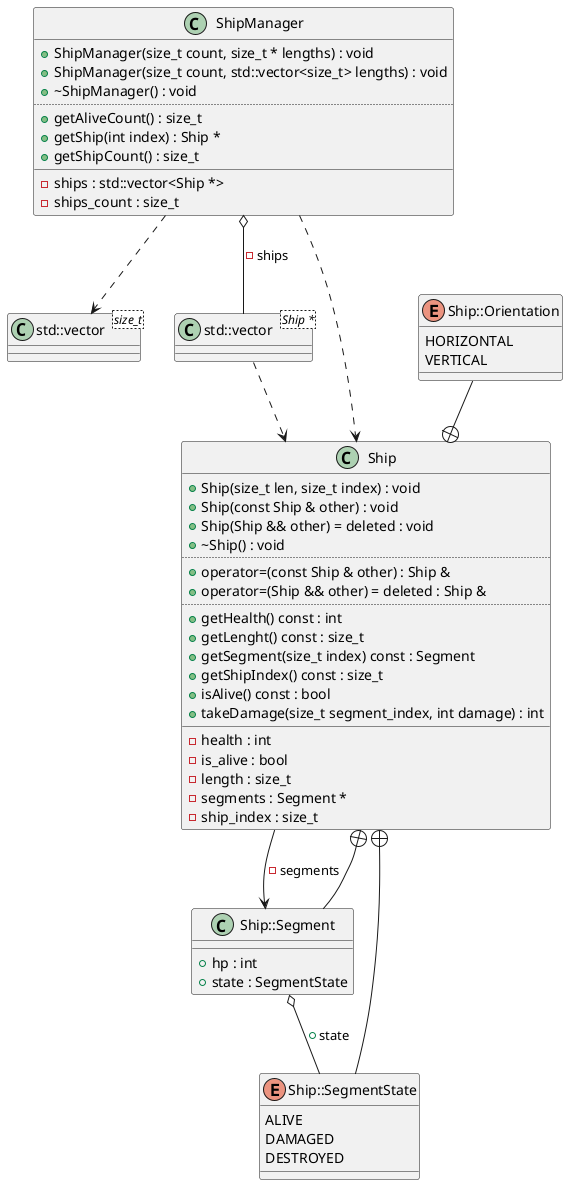
Rennelv/ships keeps this PlantUML diagram as diagrams/ShipManager.png. Above is the earlier version.
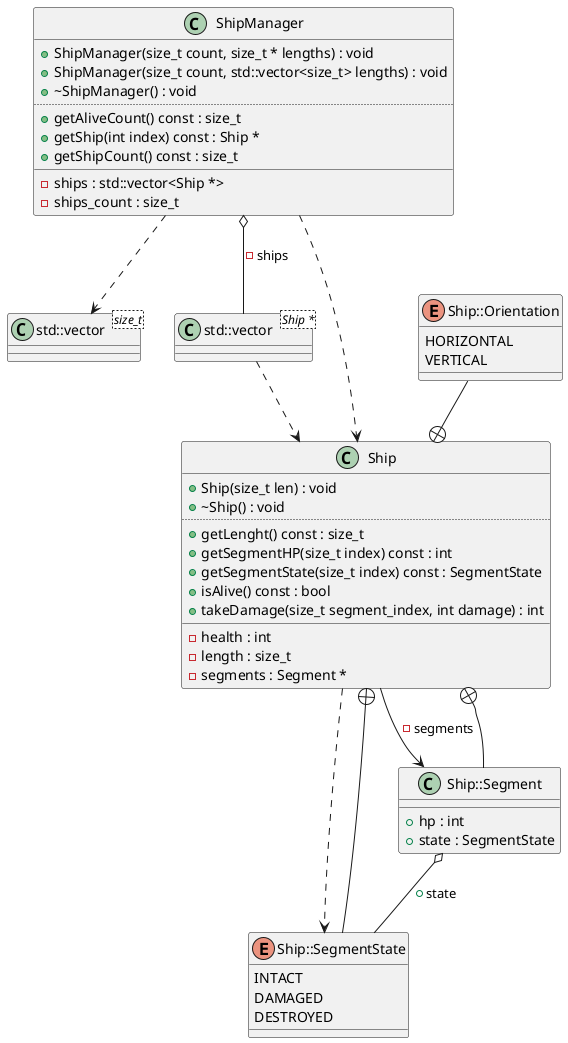
After the change.

What changed in the source:
```diff
@@ -9,32 +9,29 @@
 }
 class "Ship" as C_0014529657433315016423
 class C_0014529657433315016423 {
-+Ship(size_t len, size_t index) : void
-+Ship(const Ship & other) : void
-+Ship(Ship && other) = deleted : void
++Ship(size_t len) : void
 +~Ship() : void
 ..
-+operator=(const Ship & other) : Ship &
-+operator=(Ship && other) = deleted : Ship &
-..
-+getHealth() const : int
 +getLenght() const : size_t
-+getSegment(size_t index) const : Segment
-+getShipIndex() const : size_t
++getSegmentHP(size_t index) const : int
++getSegmentState(size_t index) const : SegmentState
 +isAlive() const : bool
 +takeDamage(size_t segment_index, int damage) : int
 __
 -health : int
--is_alive : bool
 -length : size_t
 -segments : Segment *
--ship_index : size_t
 }
 enum "Ship::SegmentState" as C_0016593760204207859148
 enum C_0016593760204207859148 {
-ALIVE
+INTACT
 DAMAGED
 DESTROYED
+}
+enum "Ship::Orientation" as C_0015200704647938469073
+enum C_0015200704647938469073 {
+HORIZONTAL
+VERTICAL
 }
 class "Ship::Segment" as C_0000674658759292391449
 class C_0000674658759292391449 {
@@ -42,30 +39,26 @@
 +hp : int
 +state : SegmentState
 }
-enum "Ship::Orientation" as C_0015200704647938469073
-enum C_0015200704647938469073 {
-HORIZONTAL
-VERTICAL
-}
 class "ShipManager" as C_0017499122254539489506
 class C_0017499122254539489506 {
 +ShipManager(size_t count, size_t * lengths) : void
 +ShipManager(size_t count, std::vector<size_t> lengths) : void
 +~ShipManager() : void
 ..
-+getAliveCount() : size_t
-+getShip(int index) : Ship *
-+getShipCount() : size_t
++getAliveCount() const : size_t
++getShip(int index) const : Ship *
++getShipCount() const : size_t
 __
 -ships : std::vector<Ship *>
 -ships_count : size_t
 }
 C_0007462257846685508834 ..> C_0014529657433315016423
+C_0014529657433315016423 ..> C_0016593760204207859148
 C_0014529657433315016423 --> C_0000674658759292391449 : -segments
 C_0016593760204207859148 --+ C_0014529657433315016423
+C_0015200704647938469073 --+ C_0014529657433315016423
 C_0000674658759292391449 --+ C_0014529657433315016423
 C_0000674658759292391449 o-- C_0016593760204207859148 : +state
-C_0015200704647938469073 --+ C_0014529657433315016423
 C_0017499122254539489506 ..> C_0009048762651940375792
 C_0017499122254539489506 ..> C_0014529657433315016423
 C_0017499122254539489506 o-- C_0007462257846685508834 : -ships
```
